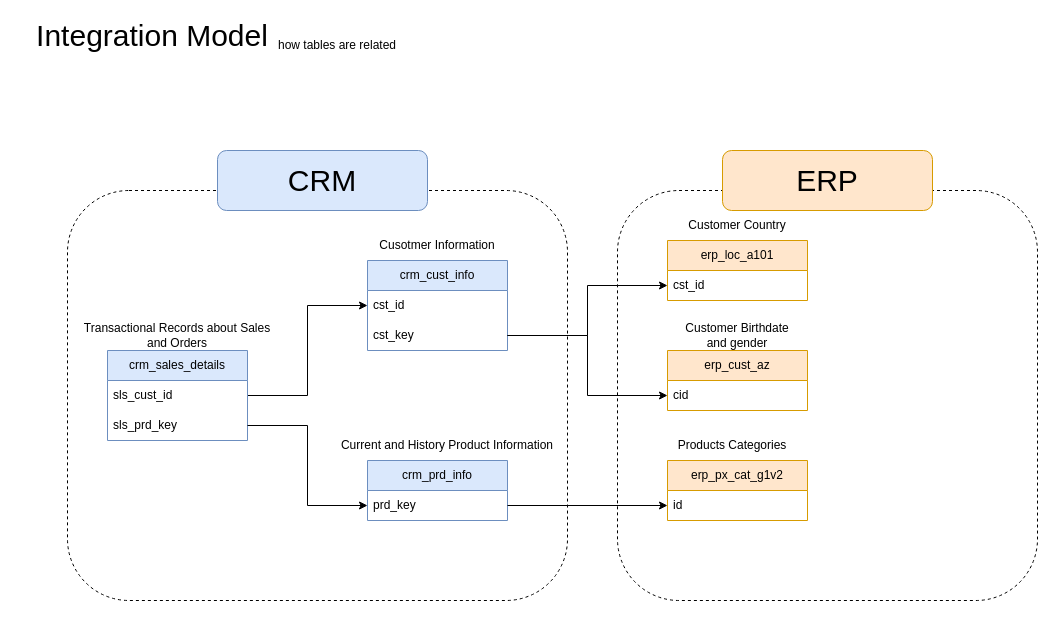
Earlier version of the draw.io diagram docs/IntegrationModel.drawio (Abdullah1Adawi/sql-data-warehouse-project). Source tidied: cells renumbered, new cells numbered last; positions are measured from the earlier drawing's top-left corner, leaving out a move shared by most shapes. Both pictures are drawn from the tidied source at 100%, with x=0, y=0 at pixel (17, 20).
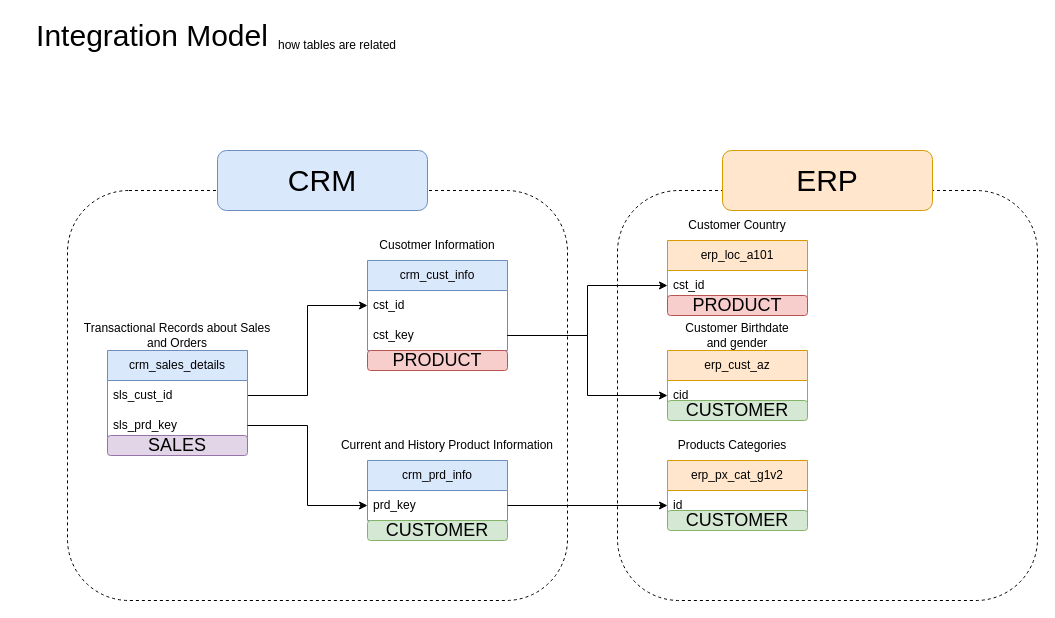
The same page after the edit.

Commit message (it also covers changes not shown here):
data integration, modify silver procedure.

Change to the diagram source:
```diff
@@
+    <mxCell id="33" value="&lt;font style=&quot;font-size: 18px;&quot;&gt;PRODUCT&lt;/font&gt;" style="rounded=1;whiteSpace=wrap;html=1;fillColor=#f8cecc;strokeColor=#b85450;" parent="1" vertex="1">
+      <mxGeometry x="350" y="330" width="140" height="20" as="geometry" />
+    </mxCell>
+    <mxCell id="34" value="&lt;font style=&quot;font-size: 18px;&quot;&gt;PRODUCT&lt;/font&gt;" style="rounded=1;whiteSpace=wrap;html=1;fillColor=#f8cecc;strokeColor=#b85450;" parent="1" vertex="1">
+      <mxGeometry x="650" y="275" width="140" height="20" as="geometry" />
+    </mxCell>
+    <mxCell id="35" value="&lt;font style=&quot;font-size: 18px;&quot;&gt;CUSTOMER&lt;/font&gt;" style="rounded=1;whiteSpace=wrap;html=1;fillColor=#d5e8d4;strokeColor=#82b366;" parent="1" vertex="1">
+      <mxGeometry x="350" y="500" width="140" height="20" as="geometry" />
+    </mxCell>
+    <mxCell id="36" value="&lt;font style=&quot;font-size: 18px;&quot;&gt;CUSTOMER&lt;/font&gt;" style="rounded=1;whiteSpace=wrap;html=1;fillColor=#d5e8d4;strokeColor=#82b366;" parent="1" vertex="1">
+      <mxGeometry x="650" y="380" width="140" height="20" as="geometry" />
+    </mxCell>
+    <mxCell id="37" value="&lt;font style=&quot;font-size: 18px;&quot;&gt;CUSTOMER&lt;/font&gt;" style="rounded=1;whiteSpace=wrap;html=1;fillColor=#d5e8d4;strokeColor=#82b366;" parent="1" vertex="1">
+      <mxGeometry x="650" y="490" width="140" height="20" as="geometry" />
+    </mxCell>
+    <mxCell id="38" value="&lt;font style=&quot;font-size: 18px;&quot;&gt;SALES&lt;/font&gt;" style="rounded=1;whiteSpace=wrap;html=1;fillColor=#e1d5e7;strokeColor=#9673a6;" parent="1" vertex="1">
+      <mxGeometry x="90" y="415" width="140" height="20" as="geometry" />
+    </mxCell>
```
